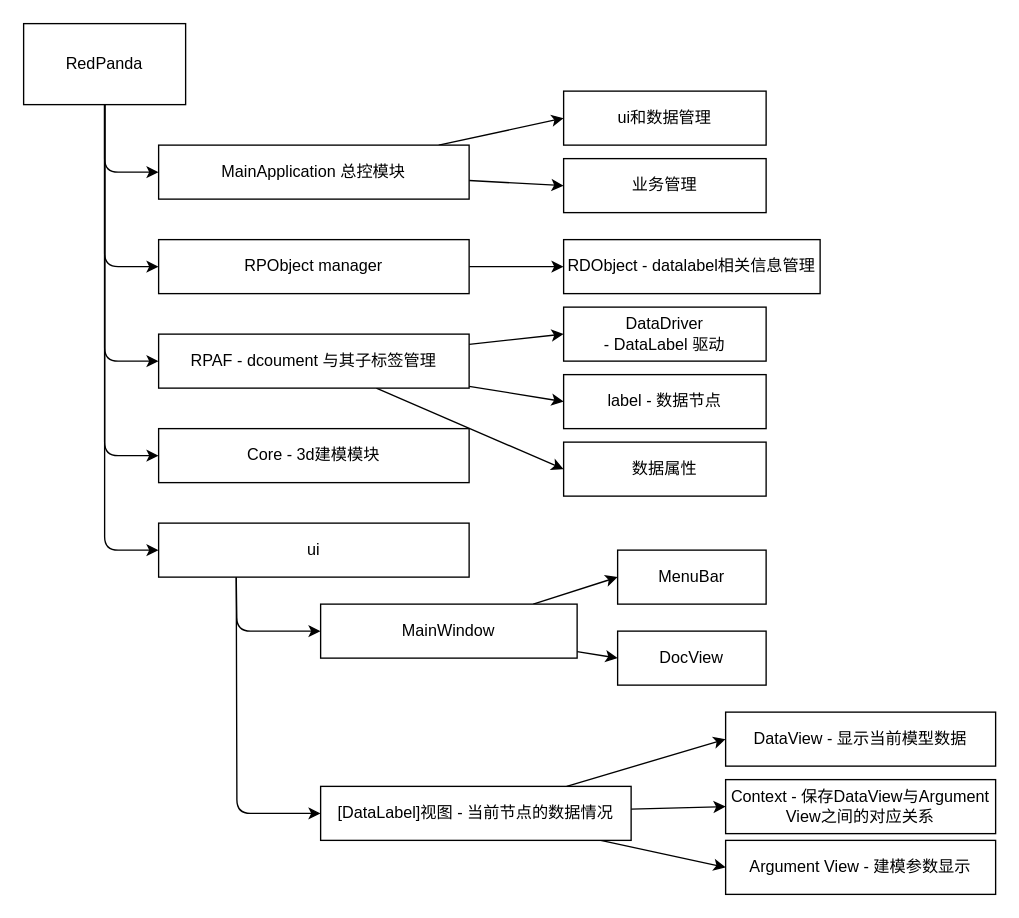
Above: doc/系统功能模块.drawio in nochat1205/RedPanda (draw.io), before the change. Source tidied: cells renumbered, new cells numbered last; positions are measured from the earlier drawing's top-left corner, leaving out a move shared by most shapes. Both pictures are drawn from the tidied source at 135%, with x=0, y=0 at pixel (23, 23).
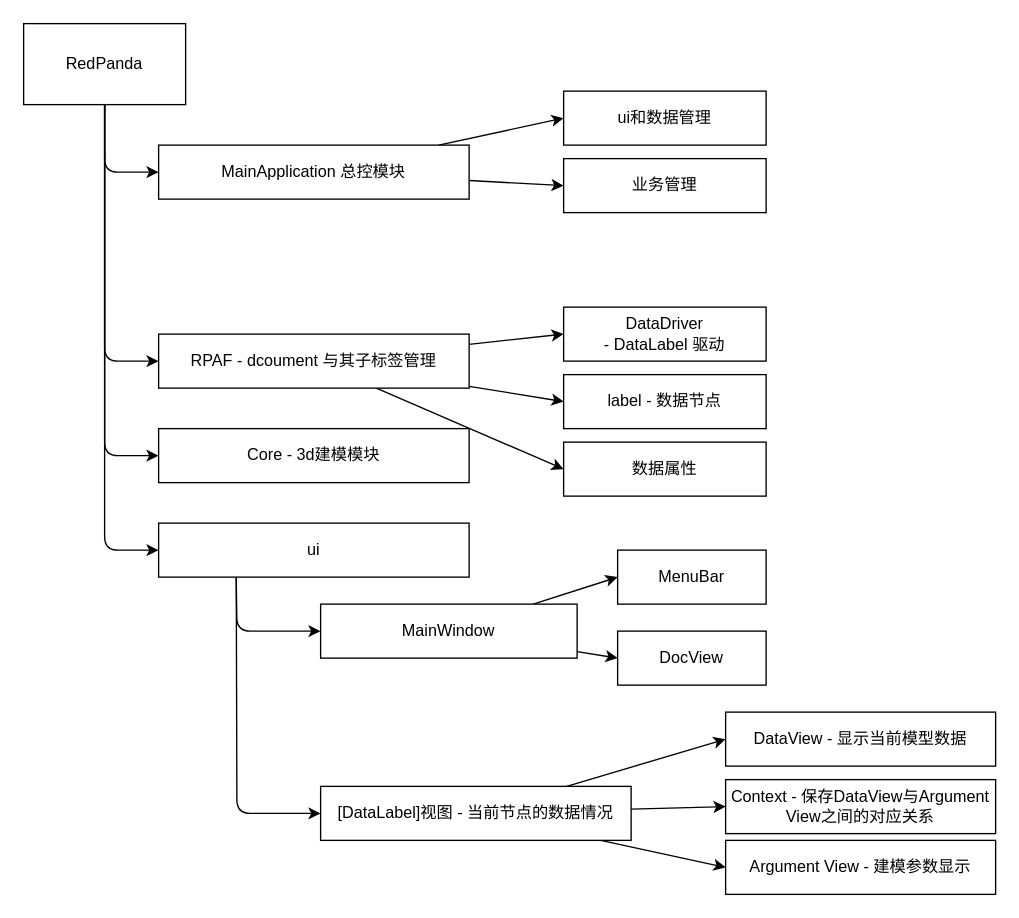
After the change.

Unchanged cells that the change refers to:
```xml
<mxCell id="7" value="RedPanda" style="rounded=0;whiteSpace=wrap;html=1;" parent="1" vertex="1">
  <mxGeometry width="120" height="60" as="geometry" />
</mxCell>
```

The edit, as a diff of the source:
```diff
@@
-    <mxCell id="3" style="edgeStyle=none;html=1;entryX=0;entryY=0.5;entryDx=0;entryDy=0;" parent="1" edge="1" source="7" target="12">
-      <mxGeometry relative="1" as="geometry">
-        <Array as="points">
-          <mxPoint x="60" y="180" />
-        </Array>
-      </mxGeometry>
-    </mxCell>
@@
-    <mxCell id="11" style="edgeStyle=none;html=1;entryX=0;entryY=0.5;entryDx=0;entryDy=0;" parent="1" edge="1" source="12" target="28">
-      <mxGeometry relative="1" as="geometry" />
-    </mxCell>
-    <mxCell id="12" value="RPObject manager" style="rounded=0;whiteSpace=wrap;html=1;" parent="1" vertex="1">
-      <mxGeometry x="100" y="160" width="230" height="40" as="geometry" />
-    </mxCell>
@@
-    <mxCell id="28" value="RDObject - datalabel相关信息管理" style="rounded=0;whiteSpace=wrap;html=1;" parent="1" vertex="1">
-      <mxGeometry x="400" y="160" width="190" height="40" as="geometry" />
-    </mxCell>
```
